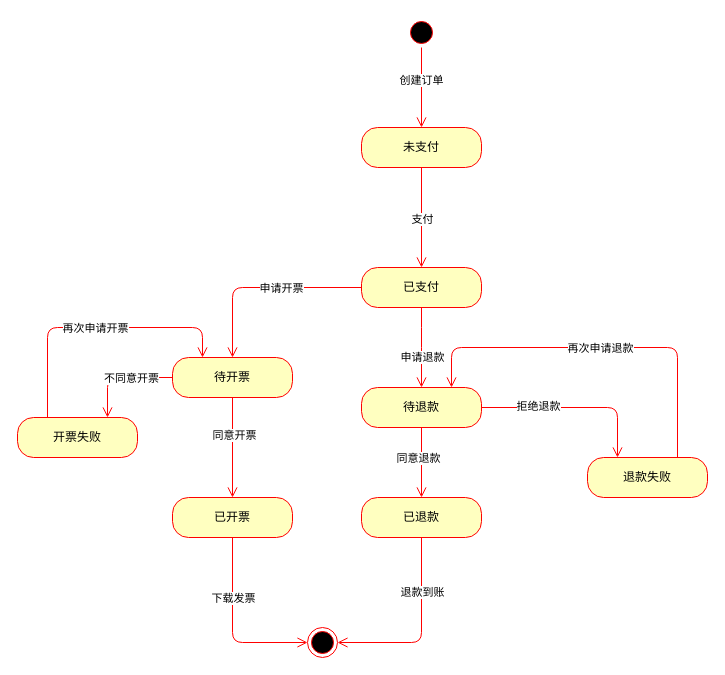
The draw.io diagram doc/支付系统订单状态图.drawio in TheChosenPerson/Ruoyi-Geek-SpringBoot3, before the edit. Source tidied: cells renumbered, new cells numbered last; positions are measured from the earlier drawing's top-left corner, leaving out a move shared by most shapes. Both pictures are drawn from the tidied source at 100%, with x=0, y=0 at pixel (17, 17).
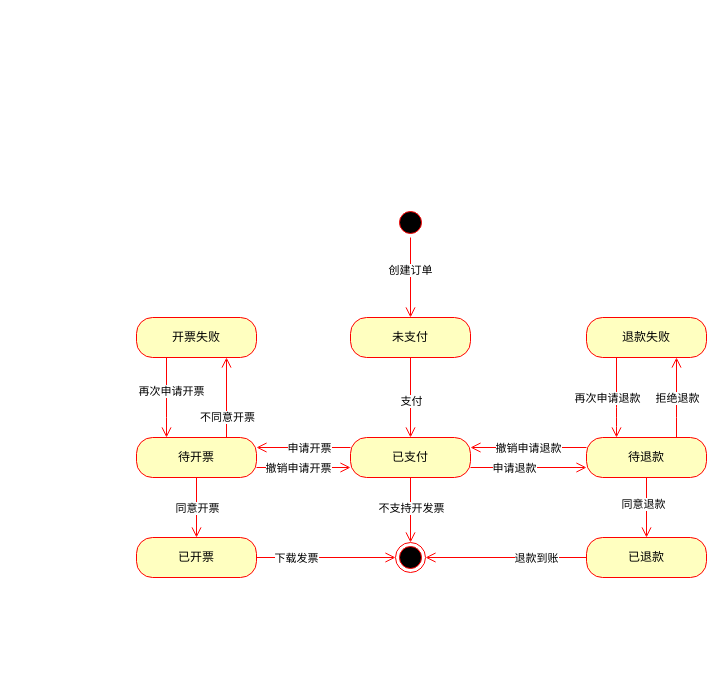
The same diagram, later.

What changed in the source:
```diff
@@
     <mxCell id="2" style="ellipse;html=1;shape=startState;fillColor=#000000;strokeColor=#ff0000;" parent="1" vertex="1">
-      <mxGeometry x="389" width="30" height="30" as="geometry" />
+      <mxGeometry x="378" y="190" width="30" height="30" as="geometry" />
     </mxCell>
@@
     <mxCell id="5" value="未支付" style="rounded=1;whiteSpace=wrap;html=1;arcSize=40;fontColor=#000000;fillColor=#ffffc0;strokeColor=#ff0000;" parent="1" vertex="1">
-      <mxGeometry x="344" y="110" width="120" height="40" as="geometry" />
+      <mxGeometry x="333" y="300" width="120" height="40" as="geometry" />
     </mxCell>
@@
     <mxCell id="8" value="已支付" style="rounded=1;whiteSpace=wrap;html=1;arcSize=40;fontColor=#000000;fillColor=#ffffc0;strokeColor=#ff0000;" parent="1" vertex="1">
-      <mxGeometry x="344" y="250" width="120" height="40" as="geometry" />
+      <mxGeometry x="333" y="420" width="120" height="40" as="geometry" />
     </mxCell>
-    <mxCell id="9" style="edgeStyle=orthogonalEdgeStyle;html=1;verticalAlign=bottom;endArrow=open;endSize=8;strokeColor=#ff0000;" parent="1" edge="1" source="8" target="12">
+    <mxCell id="9" style="edgeStyle=orthogonalEdgeStyle;html=1;verticalAlign=bottom;endArrow=open;endSize=8;strokeColor=#ff0000;exitX=0;exitY=0.25;exitDx=0;exitDy=0;entryX=1;entryY=0.25;entryDx=0;entryDy=0;" parent="1" edge="1" source="8" target="12">
       <mxGeometry relative="1" as="geometry" />
     </mxCell>
@@
     <mxCell id="11" style="ellipse;html=1;shape=endState;fillColor=#000000;strokeColor=#ff0000;" parent="1" vertex="1">
-      <mxGeometry x="290" y="610" width="30" height="30" as="geometry" />
+      <mxGeometry x="378" y="525" width="30" height="30" as="geometry" />
     </mxCell>
     <mxCell id="12" value="待开票" style="rounded=1;whiteSpace=wrap;html=1;arcSize=40;fontColor=#000000;fillColor=#ffffc0;strokeColor=#ff0000;" parent="1" vertex="1">
-      <mxGeometry x="155" y="340" width="120" height="40" as="geometry" />
+      <mxGeometry x="119" y="420" width="120" height="40" as="geometry" />
     </mxCell>
-    <mxCell id="13" style="edgeStyle=orthogonalEdgeStyle;html=1;verticalAlign=bottom;endArrow=open;endSize=8;strokeColor=#ff0000;" parent="1" edge="1" source="12" target="15">
+    <mxCell id="13" style="edgeStyle=orthogonalEdgeStyle;html=1;verticalAlign=bottom;endArrow=open;endSize=8;strokeColor=#ff0000;exitX=0.5;exitY=1;exitDx=0;exitDy=0;" parent="1" edge="1" source="12" target="15">
       <mxGeometry relative="1" as="geometry" />
     </mxCell>
     <mxCell id="14" value="同意开票" style="edgeLabel;html=1;align=center;verticalAlign=middle;" parent="13" vertex="1">
-      <mxGeometry x="-0.27" y="1" relative="1" as="geometry" />
+      <mxGeometry x="-0.27" y="1" relative="1" as="geometry">
+        <mxPoint x="-1" y="8" as="offset" />
+      </mxGeometry>
     </mxCell>
     <mxCell id="15" value="已开票" style="rounded=1;whiteSpace=wrap;html=1;arcSize=40;fontColor=#000000;fillColor=#ffffc0;strokeColor=#ff0000;" parent="1" vertex="1">
-      <mxGeometry x="155" y="480" width="120" height="40" as="geometry" />
+      <mxGeometry x="119" y="520" width="120" height="40" as="geometry" />
     </mxCell>
-    <mxCell id="16" style="edgeStyle=orthogonalEdgeStyle;html=1;verticalAlign=bottom;endArrow=open;endSize=8;strokeColor=#ff0000;entryX=0;entryY=0.5;entryDx=0;entryDy=0;exitX=0.5;exitY=1;exitDx=0;exitDy=0;" parent="1" edge="1" source="15" target="11">
-      <mxGeometry relative="1" as="geometry">
-        <Array as="points">
-          <mxPoint x="215" y="625" />
-        </Array>
-      </mxGeometry>
+    <mxCell id="16" style="edgeStyle=orthogonalEdgeStyle;html=1;verticalAlign=bottom;endArrow=open;endSize=8;strokeColor=#ff0000;entryX=0;entryY=0.5;entryDx=0;entryDy=0;exitX=1;exitY=0.5;exitDx=0;exitDy=0;" parent="1" edge="1" source="15" target="11">
+      <mxGeometry relative="1" as="geometry" />
     </mxCell>
     <mxCell id="17" value="下载发票" style="edgeLabel;html=1;align=center;verticalAlign=middle;" parent="16" vertex="1">
       <mxGeometry x="-0.26" y="-1" relative="1" as="geometry">
-        <mxPoint x="1" y="-7" as="offset" />
+        <mxPoint x="-12" y="-1" as="offset" />
       </mxGeometry>
     </mxCell>
     <mxCell id="18" value="开票失败" style="rounded=1;whiteSpace=wrap;html=1;arcSize=40;fontColor=#000000;fillColor=#ffffc0;strokeColor=#ff0000;" parent="1" vertex="1">
-      <mxGeometry y="400" width="120" height="40" as="geometry" />
+      <mxGeometry x="119" y="300" width="120" height="40" as="geometry" />
     </mxCell>
-    <mxCell id="19" style="edgeStyle=orthogonalEdgeStyle;html=1;verticalAlign=bottom;endArrow=open;endSize=8;strokeColor=#ff0000;exitX=0;exitY=0.5;exitDx=0;exitDy=0;entryX=0.75;entryY=0;entryDx=0;entryDy=0;" parent="1" edge="1" source="12" target="18">
-      <mxGeometry relative="1" as="geometry" />
+    <mxCell id="19" style="edgeStyle=orthogonalEdgeStyle;html=1;verticalAlign=bottom;endArrow=open;endSize=8;strokeColor=#ff0000;exitX=0.75;exitY=0;exitDx=0;exitDy=0;entryX=0.75;entryY=1;entryDx=0;entryDy=0;" parent="1" edge="1" source="12" target="18">
+      <mxGeometry relative="1" as="geometry">
+        <Array as="points">
+          <mxPoint x="209" y="340" />
+          <mxPoint x="209" y="340" />
+        </Array>
+      </mxGeometry>
     </mxCell>
     <mxCell id="20" value="不同意开票" style="edgeLabel;html=1;align=center;verticalAlign=middle;" parent="19" vertex="1">
       <mxGeometry x="-0.14" y="-1" relative="1" as="geometry">
-        <mxPoint x="3" y="1" as="offset" />
+        <mxPoint x="-1" y="13" as="offset" />
       </mxGeometry>
     </mxCell>
-    <mxCell id="21" style="edgeStyle=orthogonalEdgeStyle;html=1;verticalAlign=bottom;endArrow=open;endSize=8;strokeColor=#ff0000;entryX=0.25;entryY=0;entryDx=0;entryDy=0;exitX=0.25;exitY=0;exitDx=0;exitDy=0;" parent="1" edge="1" source="18" target="12">
+    <mxCell id="21" style="edgeStyle=orthogonalEdgeStyle;html=1;verticalAlign=bottom;endArrow=open;endSize=8;strokeColor=#ff0000;exitX=0.25;exitY=1;exitDx=0;exitDy=0;entryX=0.25;entryY=0;entryDx=0;entryDy=0;" parent="1" edge="1" source="18" target="12">
       <mxGeometry relative="1" as="geometry">
         <Array as="points">
-          <mxPoint x="30" y="310" />
-          <mxPoint x="185" y="310" />
+          <mxPoint x="149" y="390" />
+          <mxPoint x="149" y="390" />
         </Array>
       </mxGeometry>
     </mxCell>
     <mxCell id="22" value="再次申请开票" style="edgeLabel;html=1;align=center;verticalAlign=middle;" parent="21" vertex="1">
       <mxGeometry x="-0.14" y="-1" relative="1" as="geometry">
-        <mxPoint x="19" y="-1" as="offset" />
+        <mxPoint x="5" y="-1" as="offset" />
       </mxGeometry>
     </mxCell>
     <mxCell id="23" value="待退款" style="rounded=1;whiteSpace=wrap;html=1;arcSize=40;fontColor=#000000;fillColor=#ffffc0;strokeColor=#ff0000;" parent="1" vertex="1">
-      <mxGeometry x="344" y="370" width="120" height="40" as="geometry" />
+      <mxGeometry x="569" y="420" width="120" height="40" as="geometry" />
     </mxCell>
-    <mxCell id="24" style="edgeStyle=orthogonalEdgeStyle;html=1;verticalAlign=bottom;endArrow=open;endSize=8;strokeColor=#ff0000;entryX=0.5;entryY=0;entryDx=0;entryDy=0;" parent="1" edge="1" source="23" target="28">
+    <mxCell id="24" style="edgeStyle=orthogonalEdgeStyle;html=1;verticalAlign=bottom;endArrow=open;endSize=8;strokeColor=#ff0000;entryX=0.5;entryY=0;entryDx=0;entryDy=0;exitX=0.5;exitY=1;exitDx=0;exitDy=0;" parent="1" edge="1" source="23" target="28">
       <mxGeometry relative="1" as="geometry" />
     </mxCell>
@@
-    <mxCell id="26" style="edgeStyle=orthogonalEdgeStyle;html=1;verticalAlign=bottom;endArrow=open;endSize=8;strokeColor=#ff0000;exitX=0.5;exitY=1;exitDx=0;exitDy=0;" parent="1" edge="1" source="8" target="23">
-      <mxGeometry relative="1" as="geometry">
-        <Array as="points">
-          <mxPoint x="404" y="320" />
-          <mxPoint x="404" y="320" />
-        </Array>
-      </mxGeometry>
+    <mxCell id="26" style="edgeStyle=orthogonalEdgeStyle;html=1;verticalAlign=bottom;endArrow=open;endSize=8;strokeColor=#ff0000;exitX=1;exitY=0.75;exitDx=0;exitDy=0;entryX=0;entryY=0.75;entryDx=0;entryDy=0;" parent="1" edge="1" source="8" target="23">
+      <mxGeometry relative="1" as="geometry" />
     </mxCell>
     <mxCell id="27" value="申请退款" style="edgeLabel;html=1;align=center;verticalAlign=middle;" parent="26" vertex="1">
-      <mxGeometry x="0.23" relative="1" as="geometry" />
+      <mxGeometry x="0.23" relative="1" as="geometry">
+        <mxPoint x="-28" as="offset" />
+      </mxGeometry>
     </mxCell>
     <mxCell id="28" value="已退款" style="rounded=1;whiteSpace=wrap;html=1;arcSize=40;fontColor=#000000;fillColor=#ffffc0;strokeColor=#ff0000;" parent="1" vertex="1">
-      <mxGeometry x="344" y="480" width="120" height="40" as="geometry" />
+      <mxGeometry x="569" y="520" width="120" height="40" as="geometry" />
     </mxCell>
-    <mxCell id="29" style="edgeStyle=orthogonalEdgeStyle;html=1;verticalAlign=bottom;endArrow=open;endSize=8;strokeColor=#ff0000;entryX=1;entryY=0.5;entryDx=0;entryDy=0;" parent="1" edge="1" source="28" target="11">
-      <mxGeometry relative="1" as="geometry">
-        <Array as="points">
-          <mxPoint x="404" y="625" />
-        </Array>
-      </mxGeometry>
+    <mxCell id="29" style="edgeStyle=orthogonalEdgeStyle;html=1;verticalAlign=bottom;endArrow=open;endSize=8;strokeColor=#ff0000;entryX=1;entryY=0.5;entryDx=0;entryDy=0;exitX=0;exitY=0.5;exitDx=0;exitDy=0;" parent="1" edge="1" source="28" target="11">
+      <mxGeometry relative="1" as="geometry" />
     </mxCell>
     <mxCell id="30" value="退款到账" style="edgeLabel;html=1;align=center;verticalAlign=middle;" parent="29" vertex="1">
       <mxGeometry x="0.01" y="3" relative="1" as="geometry">
-        <mxPoint x="-3" y="-41" as="offset" />
+        <mxPoint x="30" y="-3" as="offset" />
       </mxGeometry>
     </mxCell>
     <mxCell id="31" value="退款失败" style="rounded=1;whiteSpace=wrap;html=1;arcSize=40;fontColor=#000000;fillColor=#ffffc0;strokeColor=#ff0000;" parent="1" vertex="1">
-      <mxGeometry x="570" y="440" width="120" height="40" as="geometry" />
+      <mxGeometry x="569" y="300" width="120" height="40" as="geometry" />
     </mxCell>
-    <mxCell id="32" style="edgeStyle=orthogonalEdgeStyle;html=1;verticalAlign=bottom;endArrow=open;endSize=8;strokeColor=#ff0000;exitX=1;exitY=0.5;exitDx=0;exitDy=0;entryX=0.25;entryY=0;entryDx=0;entryDy=0;" parent="1" edge="1" source="23" target="31">
-      <mxGeometry relative="1" as="geometry" />
+    <mxCell id="32" style="edgeStyle=orthogonalEdgeStyle;html=1;verticalAlign=bottom;endArrow=open;endSize=8;strokeColor=#ff0000;exitX=0.75;exitY=0;exitDx=0;exitDy=0;entryX=0.75;entryY=1;entryDx=0;entryDy=0;" parent="1" edge="1" source="23" target="31">
+      <mxGeometry relative="1" as="geometry">
+        <Array as="points">
+          <mxPoint x="659" y="390" />
+          <mxPoint x="659" y="390" />
+        </Array>
+      </mxGeometry>
     </mxCell>
     <mxCell id="33" value="拒绝退款" style="edgeLabel;html=1;align=center;verticalAlign=middle;" parent="32" vertex="1">
-      <mxGeometry x="-0.4" y="2" relative="1" as="geometry" />
+      <mxGeometry x="-0.4" y="2" relative="1" as="geometry">
+        <mxPoint x="2" y="-16" as="offset" />
+      </mxGeometry>
     </mxCell>
-    <mxCell id="34" style="edgeStyle=orthogonalEdgeStyle;html=1;verticalAlign=bottom;endArrow=open;endSize=8;strokeColor=#ff0000;entryX=0.75;entryY=0;entryDx=0;entryDy=0;exitX=0.75;exitY=0;exitDx=0;exitDy=0;" parent="1" edge="1" source="31" target="23">
+    <mxCell id="34" style="edgeStyle=orthogonalEdgeStyle;html=1;verticalAlign=bottom;endArrow=open;endSize=8;strokeColor=#ff0000;entryX=0.25;entryY=0;entryDx=0;entryDy=0;exitX=0.25;exitY=1;exitDx=0;exitDy=0;" parent="1" edge="1" source="31" target="23">
       <mxGeometry relative="1" as="geometry">
         <Array as="points">
-          <mxPoint x="660" y="330" />
-          <mxPoint x="434" y="330" />
+          <mxPoint x="599" y="400" />
+          <mxPoint x="599" y="400" />
         </Array>
       </mxGeometry>
     </mxCell>
     <mxCell id="35" value="再次申请退款" style="edgeLabel;html=1;align=center;verticalAlign=middle;" parent="34" vertex="1">
       <mxGeometry x="-0.4" y="2" relative="1" as="geometry">
-        <mxPoint x="-75" y="-2" as="offset" />
+        <mxPoint x="-12" y="16" as="offset" />
       </mxGeometry>
     </mxCell>
+    <mxCell id="36" style="edgeStyle=orthogonalEdgeStyle;html=1;verticalAlign=bottom;endArrow=open;endSize=8;strokeColor=#ff0000;entryX=1;entryY=0.25;entryDx=0;entryDy=0;exitX=0;exitY=0.25;exitDx=0;exitDy=0;" parent="1" edge="1" source="23" target="8">
+      <mxGeometry relative="1" as="geometry">
+        <Array as="points">
+          <mxPoint x="529" y="430" />
+          <mxPoint x="529" y="430" />
+        </Array>
+      </mxGeometry>
+    </mxCell>
+    <mxCell id="37" value="撤销申请退款" style="edgeLabel;html=1;align=center;verticalAlign=middle;" parent="36" vertex="1">
+      <mxGeometry x="0.23" relative="1" as="geometry">
+        <mxPoint x="12" as="offset" />
+      </mxGeometry>
+    </mxCell>
+    <mxCell id="38" style="edgeStyle=orthogonalEdgeStyle;html=1;verticalAlign=bottom;endArrow=open;endSize=8;strokeColor=#ff0000;entryX=0;entryY=0.75;entryDx=0;entryDy=0;exitX=1;exitY=0.75;exitDx=0;exitDy=0;" parent="1" edge="1" source="12" target="8">
+      <mxGeometry relative="1" as="geometry" />
+    </mxCell>
+    <mxCell id="39" value="撤销申请开票" style="edgeLabel;html=1;align=center;verticalAlign=middle;" parent="38" vertex="1">
+      <mxGeometry x="-0.26" relative="1" as="geometry">
+        <mxPoint x="6" as="offset" />
+      </mxGeometry>
+    </mxCell>
+    <mxCell id="40" style="edgeStyle=orthogonalEdgeStyle;html=1;verticalAlign=bottom;endArrow=open;endSize=8;strokeColor=#ff0000;entryX=0.5;entryY=0;entryDx=0;entryDy=0;exitX=0.5;exitY=1;exitDx=0;exitDy=0;" parent="1" edge="1" source="8" target="11">
+      <mxGeometry relative="1" as="geometry" />
+    </mxCell>
+    <mxCell id="41" value="不支持开发票" style="edgeLabel;html=1;align=center;verticalAlign=middle;" parent="40" vertex="1">
+      <mxGeometry x="-0.25" y="-1" relative="1" as="geometry">
+        <mxPoint x="1" y="6" as="offset" />
+      </mxGeometry>
+    </mxCell>
```
